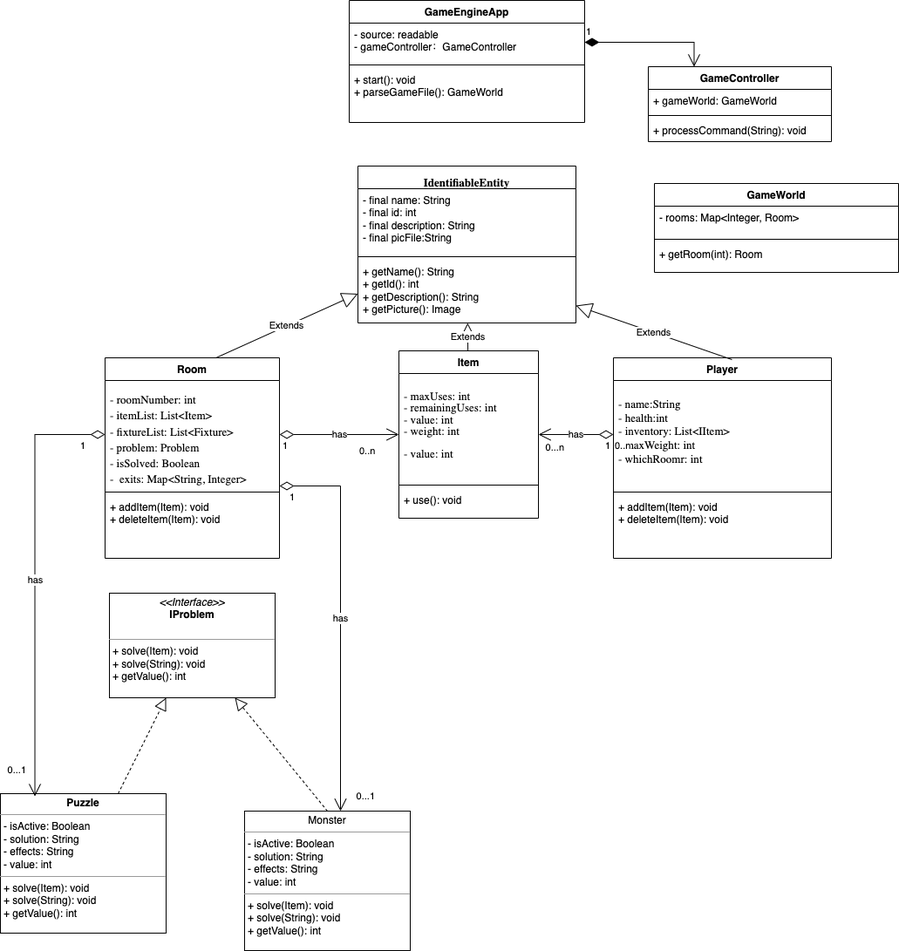
This is src/hw7_class.png from thomaszhang2661/RoomRunner, a draw.io export, as it was before one commit. Source tidied: cells renumbered, new cells last; positions are measured from the earlier drawing's top-left corner, leaving out a move shared by most shapes.
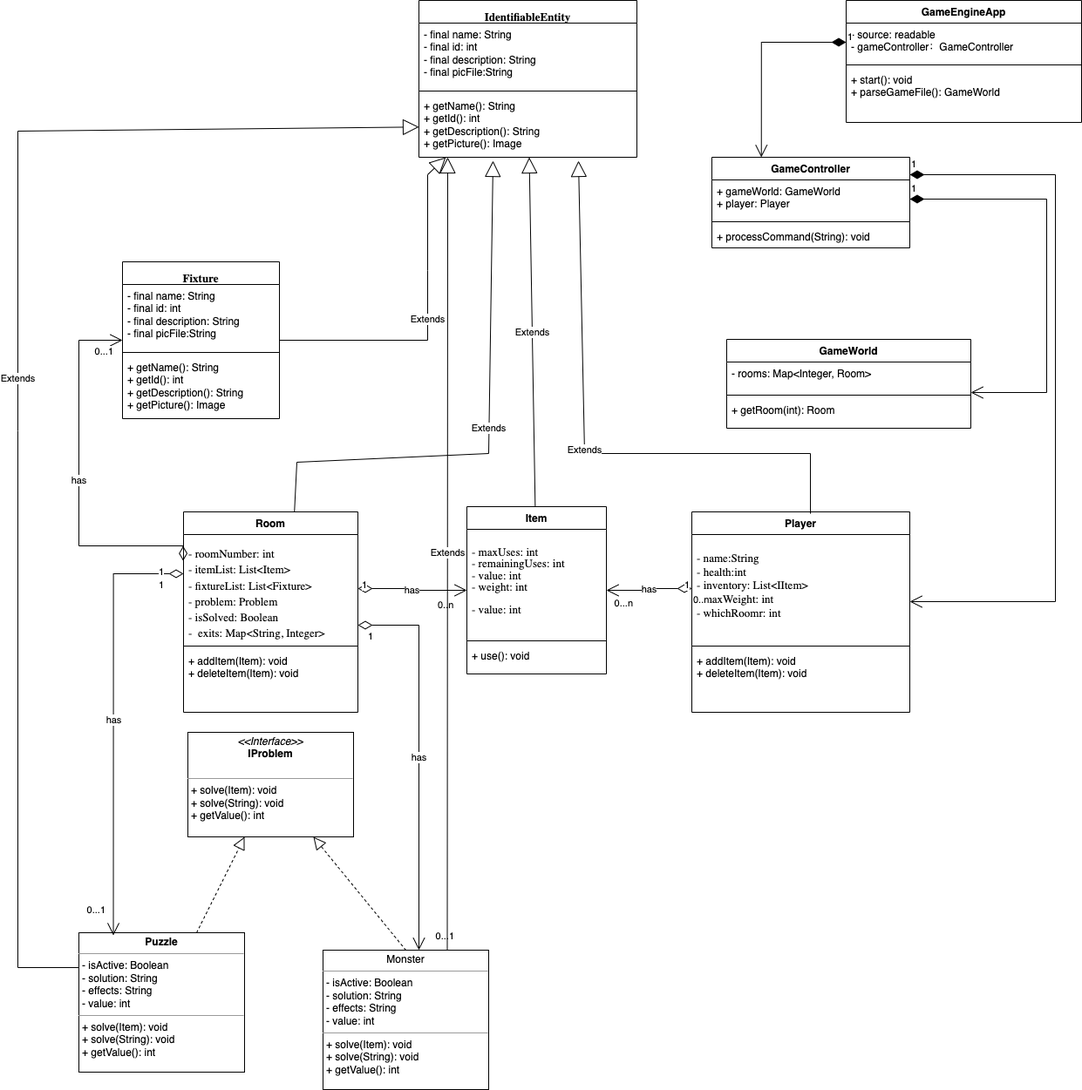
Later version of the same file.

Commit message:
uml class 0320_1000

The edit, as a diff of the source:
```diff
@@ -3,7 +3,7 @@
     <mxCell id="0" />
     <mxCell id="1" parent="0" />
     <mxCell id="2" value="GameEngineApp" style="swimlane;fontStyle=1;align=center;verticalAlign=top;horizontal=1;startSize=26;whiteSpace=wrap;html=1;" parent="1" vertex="1">
-      <mxGeometry x="400" width="270" height="140" as="geometry" />
+      <mxGeometry x="880" y="-160" width="270" height="140" as="geometry" />
     </mxCell>
     <mxCell id="3" value="- source: readable&lt;br&gt;- gameController：GameController" style="text;strokeColor=none;fillColor=none;align=left;verticalAlign=top;spacingLeft=4;spacingRight=4;overflow=hidden;points=[[0,0.5],[1,0.5]];portConstraint=eastwest;whiteSpace=wrap;html=1;" parent="2" vertex="1">
       <mxGeometry y="26" width="270" height="44" as="geometry" />
@@ -15,22 +15,22 @@
       <mxGeometry y="78" width="270" height="62" as="geometry" />
     </mxCell>
     <mxCell id="6" value="GameController" style="swimlane;fontStyle=1;align=center;verticalAlign=top;horizontal=1;startSize=26;whiteSpace=wrap;html=1;" parent="1" vertex="1">
-      <mxGeometry x="743" y="76" width="210" height="86" as="geometry" />
+      <mxGeometry x="726" y="20" width="227" height="104" as="geometry" />
     </mxCell>
-    <mxCell id="7" value="+&amp;nbsp;gameWorld&lt;span style=&quot;background-color: initial;&quot;&gt;: GameWorld&lt;/span&gt;" style="text;strokeColor=none;fillColor=none;align=left;verticalAlign=top;spacingLeft=4;spacingRight=4;overflow=hidden;points=[[0,0.5],[1,0.5]];portConstraint=eastwest;whiteSpace=wrap;html=1;" parent="6" vertex="1">
-      <mxGeometry y="26" width="210" height="26" as="geometry" />
+    <mxCell id="7" value="+&amp;nbsp;gameWorld&lt;span style=&quot;background-color: initial;&quot;&gt;: GameWorld&lt;br&gt;+ player: Player&lt;br&gt;&lt;/span&gt;" style="text;strokeColor=none;fillColor=none;align=left;verticalAlign=top;spacingLeft=4;spacingRight=4;overflow=hidden;points=[[0,0.5],[1,0.5]];portConstraint=eastwest;whiteSpace=wrap;html=1;" parent="6" vertex="1">
+      <mxGeometry y="26" width="227" height="44" as="geometry" />
     </mxCell>
     <mxCell id="8" style="line;strokeWidth=1;fillColor=none;align=left;verticalAlign=middle;spacingTop=-1;spacingLeft=3;spacingRight=3;labelPosition=right;strokeColor=inherit;" parent="6" vertex="1">
-      <mxGeometry y="52" width="210" height="8" as="geometry" />
+      <mxGeometry y="70" width="227" height="8" as="geometry" />
     </mxCell>
     <mxCell id="9" value="+&amp;nbsp;processCommand(String)&lt;span style=&quot;background-color: initial;&quot;&gt;: void&lt;/span&gt;" style="text;strokeColor=none;fillColor=none;align=left;verticalAlign=top;spacingLeft=4;spacingRight=4;overflow=hidden;whiteSpace=wrap;html=1;" parent="6" vertex="1">
-      <mxGeometry y="60" width="210" height="26" as="geometry" />
+      <mxGeometry y="78" width="227" height="26" as="geometry" />
     </mxCell>
     <mxCell id="10" value="1" style="endArrow=open;html=1;endSize=12;startArrow=diamondThin;startSize=14;startFill=1;edgeStyle=orthogonalEdgeStyle;align=left;verticalAlign=bottom;rounded=0;entryX=0.25;entryY=0;entryDx=0;entryDy=0;" parent="1" edge="1" source="3" target="6">
       <mxGeometry x="-1" y="3" relative="1" as="geometry" />
     </mxCell>
     <mxCell id="11" value="Player" style="swimlane;fontStyle=1;align=center;verticalAlign=top;horizontal=1;startSize=26;whiteSpace=wrap;html=1;" parent="1" vertex="1">
-      <mxGeometry x="703" y="410" width="250" height="230" as="geometry" />
+      <mxGeometry x="703" y="427" width="250" height="230" as="geometry" />
     </mxCell>
     <mxCell id="12" value="&lt;div style=&quot;&quot;&gt;&lt;pre style=&quot;font-family:'.AppleSystemUIFont';font-size:9.8pt;&quot;&gt;- name:String&lt;span style=&quot;&quot;&gt;&lt;br&gt;&lt;/span&gt;&lt;span style=&quot;&quot;&gt;- &lt;/span&gt;health:int &lt;span style=&quot;&quot;&gt;&lt;br&gt;&lt;/span&gt;&lt;span style=&quot;&quot;&gt;- &lt;/span&gt;inventory: List&amp;lt;IItem&amp;gt; &lt;span style=&quot;&quot;&gt;&lt;br&gt;&lt;/span&gt;&lt;span style=&quot;&quot;&gt;- &lt;/span&gt;maxWeight: int&lt;span style=&quot;&quot;&gt;&lt;br&gt;&lt;/span&gt;&lt;span style=&quot;&quot;&gt;- whichRoom&lt;/span&gt;&lt;span style=&quot;&quot;&gt;r: &lt;/span&gt;int &lt;/pre&gt;&lt;/div&gt;" style="text;align=left;verticalAlign=top;spacingLeft=4;spacingRight=4;overflow=hidden;points=[[0,0.5],[1,0.5]];portConstraint=eastwest;whiteSpace=wrap;html=1;fontColor=#000000;labelBackgroundColor=none;" parent="11" vertex="1">
       <mxGeometry y="26" width="250" height="124" as="geometry" />
@@ -42,7 +42,7 @@
       <mxGeometry y="158" width="250" height="72" as="geometry" />
     </mxCell>
     <mxCell id="15" value="Item" style="swimlane;fontStyle=1;align=center;verticalAlign=top;horizontal=1;startSize=26;whiteSpace=wrap;html=1;" parent="1" vertex="1">
-      <mxGeometry x="457" y="402" width="160" height="192" as="geometry" />
+      <mxGeometry x="445" y="421" width="160" height="192" as="geometry" />
     </mxCell>
     <mxCell id="16" value="&lt;div style=&quot;line-height: 102%;&quot;&gt;&lt;pre style=&quot;font-family: &amp;quot;.AppleSystemUIFont&amp;quot;; font-size: 9.8pt; line-height: 102%;&quot;&gt;- maxUses: int&lt;br&gt;- remainingUses: int&lt;br&gt;- value: int&lt;br&gt;- weight: int&lt;/pre&gt;&lt;pre style=&quot;font-family: &amp;quot;.AppleSystemUIFont&amp;quot;; font-size: 9.8pt; line-height: 102%;&quot;&gt;- value: int&lt;/pre&gt;&lt;pre style=&quot;font-family: &amp;quot;.AppleSystemUIFont&amp;quot;; font-size: 9.8pt; line-height: 120%;&quot;&gt;&lt;br&gt;&lt;/pre&gt;&lt;/div&gt;" style="text;strokeColor=none;fillColor=none;align=left;verticalAlign=top;spacingLeft=4;spacingRight=4;overflow=hidden;whiteSpace=wrap;html=1;" parent="15" vertex="1">
       <mxGeometry y="26" width="160" height="124" as="geometry" />
@@ -68,7 +68,7 @@
       <mxGeometry x="700" y="498" as="geometry" />
     </mxCell>
     <mxCell id="23" value="Room" style="swimlane;fontStyle=1;align=center;verticalAlign=top;horizontal=1;startSize=26;whiteSpace=wrap;html=1;" parent="1" vertex="1">
-      <mxGeometry x="120" y="410" width="200" height="230" as="geometry" />
+      <mxGeometry x="120" y="427" width="200" height="230" as="geometry" />
     </mxCell>
     <mxCell id="24" value="&lt;div style=&quot;line-height: 40%;&quot;&gt;&lt;pre style=&quot;font-family: &amp;quot;.AppleSystemUIFont&amp;quot;; font-size: 9.8pt; line-height: 40%;&quot;&gt;&lt;pre style=&quot;border-color: var(--border-color); font-family: &amp;quot;.AppleSystemUIFont&amp;quot;; font-size: 9.8pt; line-height: 40%;&quot;&gt;&lt;pre style=&quot;border-color: var(--border-color); font-family: &amp;quot;.AppleSystemUIFont&amp;quot;; font-size: 9.8pt; line-height: 5.22667px;&quot;&gt;- &lt;span style=&quot;border-color: var(--border-color);&quot;&gt;roomNumber: &lt;/span&gt;int&lt;/pre&gt;&lt;/pre&gt;&lt;pre style=&quot;border-color: var(--border-color); font-family: &amp;quot;.AppleSystemUIFont&amp;quot;; font-size: 9.8pt; line-height: 40%;&quot;&gt;- itemList: List&amp;lt;Item&amp;gt; &lt;span style=&quot;border-color: var(--border-color);&quot;&gt;&lt;br style=&quot;border-color: var(--border-color);&quot;&gt;&lt;/span&gt;&lt;/pre&gt;- fixtureList&lt;span style=&quot;font-size: 9.8pt; background-color: initial;&quot;&gt;: List&amp;lt;Fixture&amp;gt;&amp;nbsp;&lt;/span&gt;&lt;/pre&gt;&lt;pre style=&quot;font-family: &amp;quot;.AppleSystemUIFont&amp;quot;; font-size: 9.8pt; line-height: 40%;&quot;&gt;&lt;span style=&quot;font-size: 9.8pt; background-color: initial;&quot;&gt;- problem: Problem&lt;/span&gt;&lt;/pre&gt;&lt;pre style=&quot;font-family: &amp;quot;.AppleSystemUIFont&amp;quot;; font-size: 9.8pt; line-height: 40%;&quot;&gt;- isSolved: Boolean &lt;/pre&gt;&lt;pre style=&quot;font-family: &amp;quot;.AppleSystemUIFont&amp;quot;; font-size: 9.8pt; line-height: 40%;&quot;&gt;-  exits: Map&amp;lt;String, Integer&amp;gt; &lt;/pre&gt;&lt;/div&gt;" style="text;align=left;verticalAlign=top;spacingLeft=4;spacingRight=4;overflow=hidden;points=[[0,0.5],[1,0.5]];portConstraint=eastwest;whiteSpace=wrap;html=1;fontColor=#000000;labelBackgroundColor=none;" parent="23" vertex="1">
       <mxGeometry y="26" width="200" height="124" as="geometry" />
@@ -91,7 +91,7 @@
       <mxGeometry x="330" y="498" as="geometry" />
     </mxCell>
     <mxCell id="30" value="&lt;div style=&quot;line-height: 0%;&quot;&gt;&lt;pre style=&quot;font-family: &amp;quot;.AppleSystemUIFont&amp;quot;; font-size: 9.8pt; line-height: 0%;&quot;&gt;IdentifiableEntity&lt;/pre&gt;&lt;/div&gt;" style="swimlane;fontStyle=1;align=center;verticalAlign=top;horizontal=1;startSize=26;whiteSpace=wrap;html=1;" parent="1" vertex="1">
-      <mxGeometry x="410" y="190" width="250" height="180" as="geometry" />
+      <mxGeometry x="390" y="-160" width="250" height="180" as="geometry" />
     </mxCell>
     <mxCell id="31" value="- final name: String&lt;br&gt;- final&amp;nbsp;id: int&lt;br&gt;- final description: String&lt;br&gt;- final picFile:String" style="text;strokeColor=none;fillColor=none;align=left;verticalAlign=top;spacingLeft=4;spacingRight=4;overflow=hidden;whiteSpace=wrap;html=1;" parent="30" vertex="1">
       <mxGeometry y="26" width="250" height="74" as="geometry" />
@@ -105,13 +105,19 @@
     <mxCell id="34" value="Extends" style="endArrow=block;endSize=16;endFill=0;html=1;rounded=0;" parent="1" edge="1" source="15" target="30">
       <mxGeometry relative="1" as="geometry" />
     </mxCell>
-    <mxCell id="35" value="Extends" style="endArrow=block;endSize=16;endFill=0;html=1;rounded=0;exitX=0.636;exitY=0;exitDx=0;exitDy=0;exitPerimeter=0;" parent="1" edge="1" source="23" target="30">
-      <mxGeometry relative="1" as="geometry" />
+    <mxCell id="35" value="Extends" style="endArrow=block;endSize=16;endFill=0;html=1;rounded=0;exitX=0.636;exitY=0;exitDx=0;exitDy=0;exitPerimeter=0;entryX=0.34;entryY=1.056;entryDx=0;entryDy=0;entryPerimeter=0;" parent="1" edge="1" source="23" target="33">
+      <mxGeometry relative="1" as="geometry">
+        <Array as="points">
+          <mxPoint x="250" y="370" />
+          <mxPoint x="470" y="360" />
+        </Array>
+      </mxGeometry>
     </mxCell>
-    <mxCell id="36" value="Extends" style="endArrow=block;endSize=16;endFill=0;html=1;rounded=0;exitX=0.544;exitY=0.009;exitDx=0;exitDy=0;exitPerimeter=0;" parent="1" edge="1" source="11" target="30">
+    <mxCell id="36" value="Extends" style="endArrow=block;endSize=16;endFill=0;html=1;rounded=0;exitX=0.544;exitY=0.009;exitDx=0;exitDy=0;exitPerimeter=0;entryX=0.732;entryY=1.056;entryDx=0;entryDy=0;entryPerimeter=0;" parent="1" edge="1" source="11" target="33">
       <mxGeometry relative="1" as="geometry">
         <Array as="points">
-          <mxPoint x="660" y="350" />
+          <mxPoint x="839" y="360" />
+          <mxPoint x="580" y="360" />
         </Array>
       </mxGeometry>
     </mxCell>
@@ -165,7 +171,7 @@
       </mxGeometry>
     </mxCell>
     <mxCell id="48" value="GameWorld" style="swimlane;fontStyle=1;align=center;verticalAlign=top;horizontal=1;startSize=26;whiteSpace=wrap;html=1;" parent="1" vertex="1">
-      <mxGeometry x="750" y="210" width="280" height="102" as="geometry" />
+      <mxGeometry x="743" y="229" width="280" height="102" as="geometry" />
     </mxCell>
     <mxCell id="49" value="- rooms: Map&amp;lt;Integer, Room&amp;gt;&amp;nbsp;" style="text;strokeColor=none;fillColor=none;align=left;verticalAlign=top;spacingLeft=4;spacingRight=4;overflow=hidden;whiteSpace=wrap;html=1;" parent="48" vertex="1">
       <mxGeometry y="26" width="280" height="34" as="geometry" />
@@ -176,5 +182,74 @@
     <mxCell id="51" value="+ getRoom(int): Room" style="text;strokeColor=none;fillColor=none;align=left;verticalAlign=top;spacingLeft=4;spacingRight=4;overflow=hidden;whiteSpace=wrap;html=1;" parent="48" vertex="1">
       <mxGeometry y="68" width="280" height="34" as="geometry" />
     </mxCell>
+    <mxCell id="52" value="1" style="endArrow=open;html=1;endSize=12;startArrow=diamondThin;startSize=14;startFill=1;edgeStyle=orthogonalEdgeStyle;align=left;verticalAlign=bottom;rounded=0;exitX=1;exitY=0.5;exitDx=0;exitDy=0;" parent="1" edge="1" source="7" target="48">
+      <mxGeometry x="-1" y="3" relative="1" as="geometry">
+        <Array as="points">
+          <mxPoint x="1110" y="68" />
+          <mxPoint x="1110" y="290" />
+        </Array>
+      </mxGeometry>
+    </mxCell>
+    <mxCell id="53" value="1" style="endArrow=open;html=1;endSize=12;startArrow=diamondThin;startSize=14;startFill=1;edgeStyle=orthogonalEdgeStyle;align=left;verticalAlign=bottom;rounded=0;" parent="1" edge="1" source="6" target="11">
+      <mxGeometry x="-1" y="3" relative="1" as="geometry">
+        <Array as="points">
+          <mxPoint x="1120" y="40" />
+          <mxPoint x="1120" y="530" />
+        </Array>
+      </mxGeometry>
+    </mxCell>
+    <mxCell id="54" value="Extends" style="endArrow=block;endSize=16;endFill=0;html=1;rounded=0;" parent="1" edge="1" source="55" target="30">
+      <mxGeometry relative="1" as="geometry">
+        <Array as="points">
+          <mxPoint x="400" y="230" />
+          <mxPoint x="400" y="150" />
+          <mxPoint x="400" y="40" />
+        </Array>
+      </mxGeometry>
+    </mxCell>
+    <mxCell id="55" value="&lt;div style=&quot;line-height: 0%;&quot;&gt;&lt;pre style=&quot;font-family: &amp;quot;.AppleSystemUIFont&amp;quot;; font-size: 9.8pt; line-height: 0%;&quot;&gt;Fixture&lt;/pre&gt;&lt;pre style=&quot;font-family: &amp;quot;.AppleSystemUIFont&amp;quot;; font-size: 9.8pt; line-height: 0%;&quot;&gt;&lt;br&gt;&lt;/pre&gt;&lt;/div&gt;" style="swimlane;fontStyle=1;align=center;verticalAlign=top;horizontal=1;startSize=26;whiteSpace=wrap;html=1;" parent="1" vertex="1">
+      <mxGeometry x="50" y="140" width="180" height="180" as="geometry" />
+    </mxCell>
+    <mxCell id="56" value="- final name: String&lt;br&gt;- final&amp;nbsp;id: int&lt;br&gt;- final description: String&lt;br&gt;- final picFile:String" style="text;strokeColor=none;fillColor=none;align=left;verticalAlign=top;spacingLeft=4;spacingRight=4;overflow=hidden;whiteSpace=wrap;html=1;" parent="55" vertex="1">
+      <mxGeometry y="26" width="180" height="74" as="geometry" />
+    </mxCell>
+    <mxCell id="57" style="line;strokeWidth=1;fillColor=none;align=left;verticalAlign=middle;spacingTop=-1;spacingLeft=3;spacingRight=3;labelPosition=right;strokeColor=inherit;" parent="55" vertex="1">
+      <mxGeometry y="100" width="180" height="8" as="geometry" />
+    </mxCell>
+    <mxCell id="58" value="+ getName(): String&lt;br&gt;+ getId(): int&lt;br&gt;+ getDescription(): String&lt;br&gt;+ getPicture():&amp;nbsp;Image" style="text;strokeColor=none;fillColor=none;align=left;verticalAlign=top;spacingLeft=4;spacingRight=4;overflow=hidden;whiteSpace=wrap;html=1;" parent="55" vertex="1">
+      <mxGeometry y="108" width="180" height="72" as="geometry" />
+    </mxCell>
+    <mxCell id="59" value="has" style="endArrow=open;html=1;endSize=12;startArrow=diamondThin;startSize=14;startFill=0;edgeStyle=orthogonalEdgeStyle;rounded=0;exitX=-0.002;exitY=0.243;exitDx=0;exitDy=0;exitPerimeter=0;" parent="1" edge="1" source="24" target="55">
+      <mxGeometry relative="1" as="geometry">
+        <Array as="points">
+          <mxPoint y="466" />
+          <mxPoint y="230" />
+        </Array>
+      </mxGeometry>
+    </mxCell>
+    <mxCell id="60" value="1" style="edgeLabel;html=1;align=left;verticalAlign=top;" parent="59" vertex="1">
+      <mxGeometry x="-1" relative="1" as="geometry">
+        <mxPoint x="-30" as="offset" />
+      </mxGeometry>
+    </mxCell>
+    <mxCell id="61" value="0...1" style="edgeLabel;html=1;align=right;verticalAlign=top;" parent="59" vertex="1">
+      <mxGeometry x="1" relative="1" as="geometry">
+        <mxPoint x="-10" as="offset" />
+      </mxGeometry>
+    </mxCell>
+    <mxCell id="62" value="Extends" style="endArrow=block;endSize=16;endFill=0;html=1;rounded=0;exitX=0.75;exitY=0;exitDx=0;exitDy=0;" parent="1" edge="1" source="39">
+      <mxGeometry relative="1" as="geometry">
+        <mxPoint x="423" y="20" as="targetPoint" />
+      </mxGeometry>
+    </mxCell>
+    <mxCell id="63" value="Extends" style="endArrow=block;endSize=16;endFill=0;html=1;rounded=0;exitX=0;exitY=0.25;exitDx=0;exitDy=0;" parent="1" edge="1" source="40" target="33">
+      <mxGeometry relative="1" as="geometry">
+        <Array as="points">
+          <mxPoint x="-70" y="950" />
+          <mxPoint x="-70" y="334" />
+          <mxPoint x="-70" y="-10" />
+        </Array>
+      </mxGeometry>
+    </mxCell>
   </root>
 </mxGraphModel>
```
